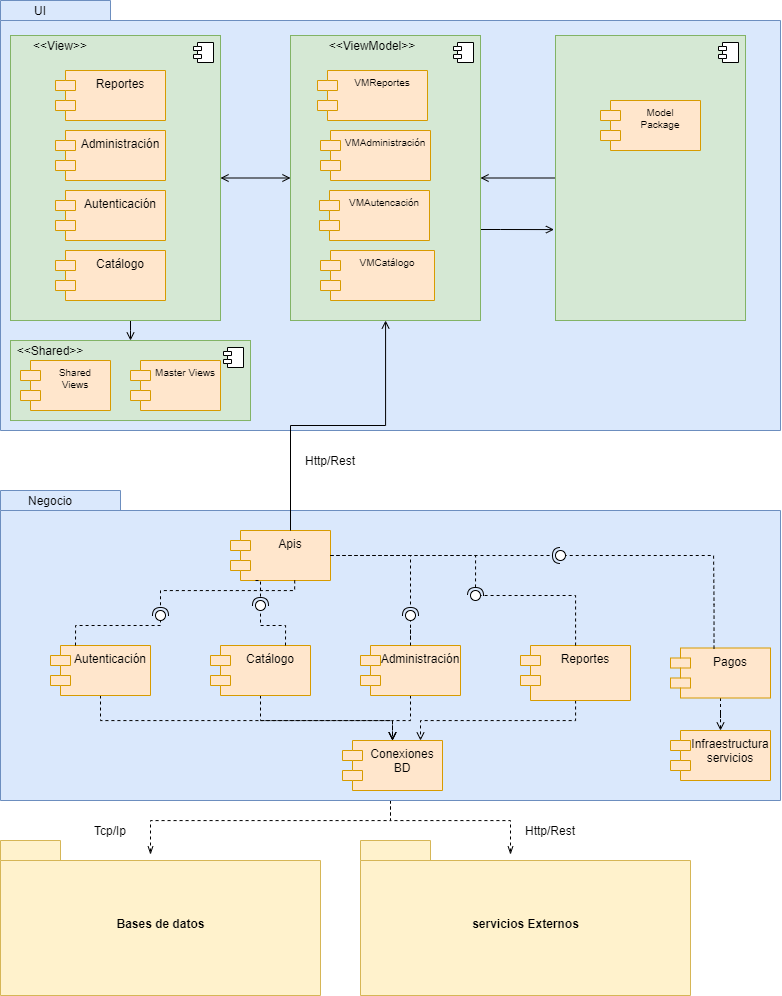
Before: Diagrams/componentes.drawio.png, a diagram exported from draw.io (TAISPL2021/GeneralProductsSF). Source tidied: cells renumbered, new cells last; positions are measured from the earlier drawing's top-left corner, leaving out a move shared by most shapes.
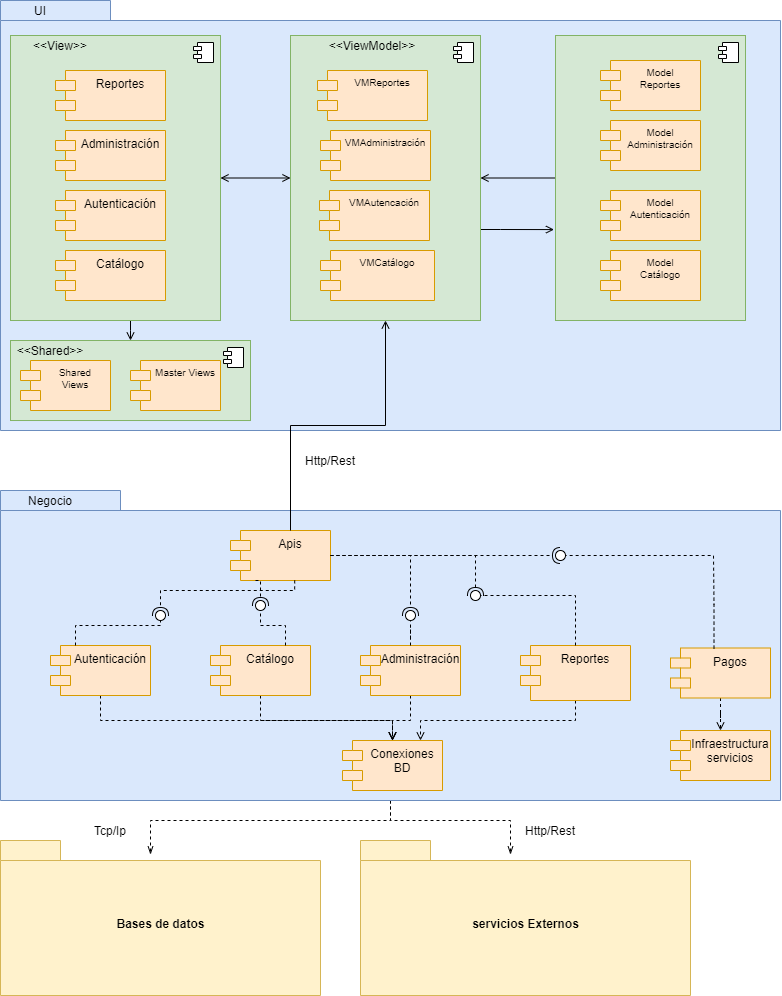
The same diagram one commit later.

Commit message:
se agrega componentes de modelo por modulo

The edit, as a diff of the source:
```diff
@@ -211,8 +211,8 @@
     <mxCell id="52" value="Catálogo" style="shape=module;align=left;spacingLeft=20;align=center;verticalAlign=top;fillColor=#ffe6cc;strokeColor=#d79b00;" parent="1" vertex="1">
       <mxGeometry x="55" y="250" width="110" height="50" as="geometry" />
     </mxCell>
-    <mxCell id="53" value="Model&#10;Package" style="shape=module;align=left;spacingLeft=20;align=center;verticalAlign=top;fontSize=10;fillColor=#ffe6cc;strokeColor=#d79b00;" parent="1" vertex="1">
-      <mxGeometry x="600" y="100" width="100" height="50" as="geometry" />
+    <mxCell id="53" value="Model&#10;Administración" style="shape=module;align=left;spacingLeft=20;align=center;verticalAlign=top;fontSize=10;fillColor=#ffe6cc;strokeColor=#d79b00;" parent="1" vertex="1">
+      <mxGeometry x="600" y="120" width="100" height="50" as="geometry" />
     </mxCell>
     <mxCell id="54" value="Http/Rest" style="text;html=1;strokeColor=none;fillColor=none;align=center;verticalAlign=middle;whiteSpace=wrap;rounded=0;" parent="1" vertex="1">
       <mxGeometry x="300" y="450" width="60" height="20" as="geometry" />
@@ -266,5 +266,14 @@
     <mxCell id="67" style="ellipse;whiteSpace=wrap;html=1;align=center;points=[];outlineConnect=0;sketch=0;fontSize=10;" parent="1" vertex="1">
       <mxGeometry x="555" y="550" width="10" height="10" as="geometry" />
     </mxCell>
+    <mxCell id="68" value="Model&#10;Reportes" style="shape=module;align=left;spacingLeft=20;align=center;verticalAlign=top;fontSize=10;fillColor=#ffe6cc;strokeColor=#d79b00;" parent="1" vertex="1">
+      <mxGeometry x="600" y="60" width="100" height="50" as="geometry" />
+    </mxCell>
+    <mxCell id="69" value="Model&#10;Autenticación" style="shape=module;align=left;spacingLeft=20;align=center;verticalAlign=top;fontSize=10;fillColor=#ffe6cc;strokeColor=#d79b00;" parent="1" vertex="1">
+      <mxGeometry x="600" y="190" width="100" height="50" as="geometry" />
+    </mxCell>
+    <mxCell id="70" value="Model&#10;Catálogo" style="shape=module;align=left;spacingLeft=20;align=center;verticalAlign=top;fontSize=10;fillColor=#ffe6cc;strokeColor=#d79b00;" parent="1" vertex="1">
+      <mxGeometry x="600" y="250" width="100" height="50" as="geometry" />
+    </mxCell>
   </root>
 </mxGraphModel>
```
